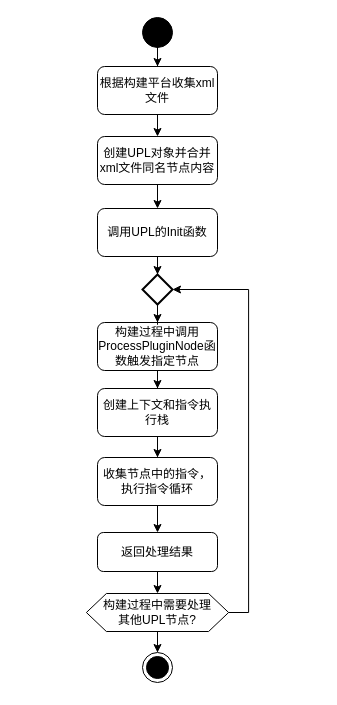
This is UPL活动图.drawio from xiqiniu/xiqiniu.github.io, a draw.io file, before an edit. Source tidied: cells renumbered, new cells numbered last; positions are measured from the earlier drawing's top-left corner, leaving out a move shared by most shapes. Both pictures are drawn from the tidied source at 100%, with x=0, y=0 at pixel (86, 17).
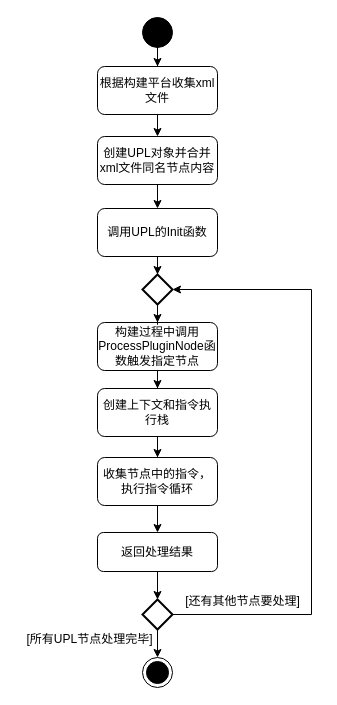
After the change.

Commit message:
更新UPL活动图.drawio

The change refers to these unchanged cells:
```xml
<mxCell id="18" value="返回处理结果" style="whiteSpace=wrap;html=1;rounded=1;" parent="1" vertex="1">
  <mxGeometry x="11" y="515" width="120" height="39" as="geometry" />
</mxCell>
<mxCell id="20" style="strokeWidth=2;html=1;shape=mxgraph.flowchart.decision;whiteSpace=wrap;" parent="1" vertex="1">
  <mxGeometry x="56" y="257" width="30" height="30" as="geometry" />
</mxCell>
```

The edit, as a diff of the source:
```diff
@@
     <mxCell id="4" style="ellipse;html=1;shape=endState;fillColor=strokeColor;" parent="1" vertex="1">
-      <mxGeometry x="56" y="635" width="30" height="30" as="geometry" />
+      <mxGeometry x="56" y="640" width="30" height="30" as="geometry" />
     </mxCell>
@@
-    <mxCell id="17" style="edgeStyle=orthogonalEdgeStyle;rounded=0;jettySize=auto;html=1;" parent="1" edge="1" source="18" target="22">
-      <mxGeometry relative="1" as="geometry" />
-    </mxCell>
+    <mxCell id="24" style="edgeStyle=orthogonalEdgeStyle;rounded=0;jettySize=auto;html=1;" parent="1" edge="1" source="18" target="26">
+      <mxGeometry relative="1" as="geometry" />
+    </mxCell>
@@
-    <mxCell id="21" style="edgeStyle=orthogonalEdgeStyle;rounded=0;jettySize=auto;html=1;" parent="1" edge="1" source="22" target="4">
-      <mxGeometry relative="1" as="geometry" />
-    </mxCell>
-    <mxCell id="22" value="构建过程中需要处理&lt;div&gt;其他&lt;span style=&quot;background-color: transparent; color: light-dark(rgb(0, 0, 0), rgb(255, 255, 255));&quot;&gt;UPL节点?&lt;/span&gt;&lt;/div&gt;" style="shape=hexagon;perimeter=hexagonPerimeter2;whiteSpace=wrap;html=1;fixedSize=1;rounded=0;" parent="1" vertex="1">
-      <mxGeometry x="-0.1" y="576" width="142.2" height="38" as="geometry" />
-    </mxCell>
-    <mxCell id="23" style="edgeStyle=orthogonalEdgeStyle;rounded=0;jettySize=auto;html=1;exitX=1;exitY=0.5;exitDx=0;exitDy=0;entryX=1;entryY=0.5;entryDx=0;entryDy=0;entryPerimeter=0;" parent="1" edge="1" source="22" target="20">
-      <mxGeometry relative="1" as="geometry" />
-    </mxCell>
+    <mxCell id="25" style="edgeStyle=orthogonalEdgeStyle;rounded=0;jettySize=auto;html=1;" parent="1" edge="1" source="26" target="4">
+      <mxGeometry relative="1" as="geometry" />
+    </mxCell>
+    <mxCell id="26" style="strokeWidth=2;html=1;shape=mxgraph.flowchart.decision;whiteSpace=wrap;" parent="1" vertex="1">
+      <mxGeometry x="56" y="582" width="30" height="30" as="geometry" />
+    </mxCell>
+    <mxCell id="27" style="edgeStyle=orthogonalEdgeStyle;rounded=0;jettySize=auto;html=1;exitX=1;exitY=0.5;exitDx=0;exitDy=0;exitPerimeter=0;entryX=1;entryY=0.5;entryDx=0;entryDy=0;entryPerimeter=0;" parent="1" edge="1" source="26" target="20">
+      <mxGeometry relative="1" as="geometry">
+        <Array as="points">
+          <mxPoint x="225" y="597" />
+          <mxPoint x="225" y="272" />
+        </Array>
+      </mxGeometry>
+    </mxCell>
+    <mxCell id="28" value="[还有&lt;span style=&quot;background-color: transparent; color: light-dark(rgb(0, 0, 0), rgb(255, 255, 255));&quot;&gt;其他&lt;/span&gt;&lt;span style=&quot;background-color: transparent; color: light-dark(rgb(0, 0, 0), rgb(255, 255, 255));&quot;&gt;节点要处理]&lt;/span&gt;" style="text;html=1;align=center;verticalAlign=middle;strokeColor=none;fillColor=none;" parent="1" vertex="1">
+      <mxGeometry x="89" y="571" width="133" height="26" as="geometry" />
+    </mxCell>
+    <mxCell id="29" value="[所有UPL节点处理完毕&lt;span style=&quot;background-color: transparent; color: light-dark(rgb(0, 0, 0), rgb(255, 255, 255));&quot;&gt;]&lt;/span&gt;" style="text;html=1;align=center;verticalAlign=middle;strokeColor=none;fillColor=none;" parent="1" vertex="1">
+      <mxGeometry x="-69" y="609" width="144" height="26" as="geometry" />
+    </mxCell>
```
